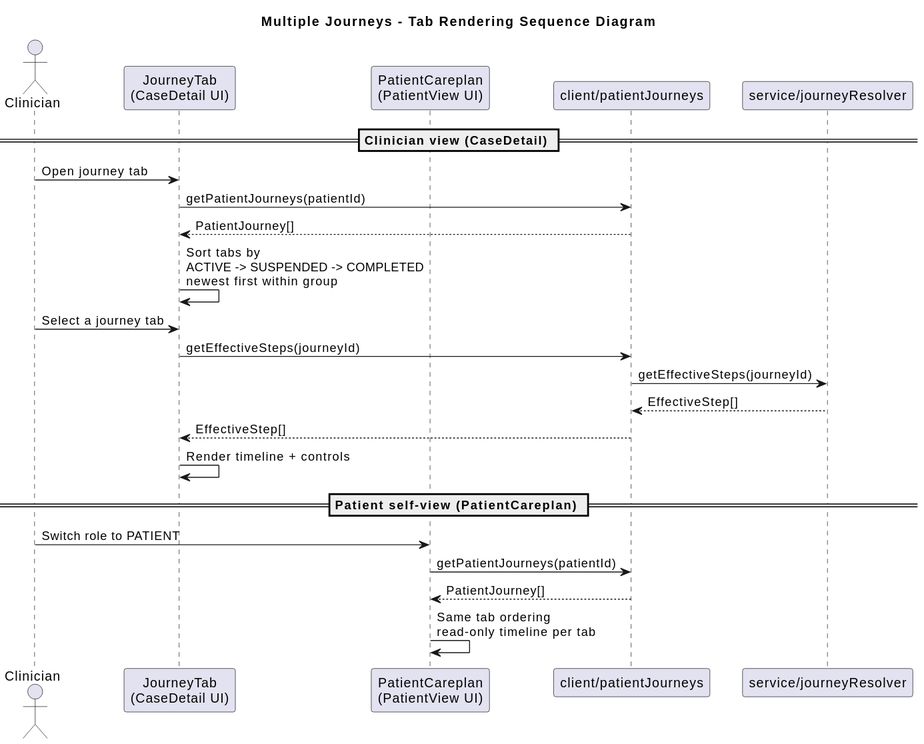
The PlantUML diagram docs/diagrams/journey-tabs-sequence.svg in gforge/DUK, before a commit.
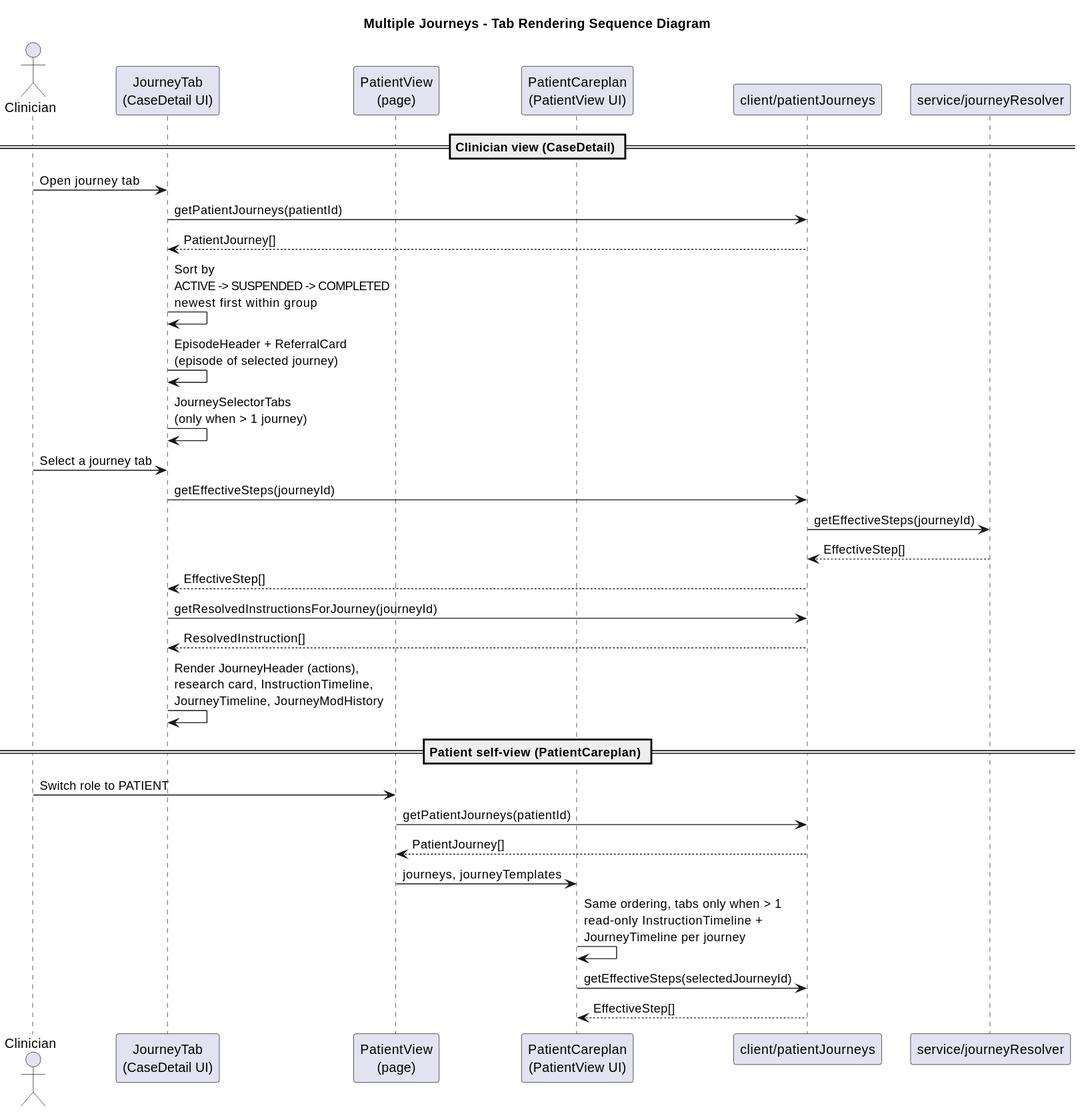
Later version of the same file.

Change to the diagram source:
```diff
@@ -4,6 +4,7 @@
 
 actor Clinician
 participant "JourneyTab\n(CaseDetail UI)" as JT
+participant "PatientView\n(page)" as PV
 participant "PatientCareplan\n(PatientView UI)" as PC
 participant "client/patientJourneys" as Client
 participant "service/journeyResolver" as Resolver
@@ -12,17 +13,24 @@
 Clinician -> JT : Open journey tab
 JT -> Client : getPatientJourneys(patientId)
 Client --> JT : PatientJourney[]
-JT -> JT : Sort tabs by\nACTIVE -> SUSPENDED -> COMPLETED\nnewest first within group
+JT -> JT : Sort by\nACTIVE -> SUSPENDED -> COMPLETED\nnewest first within group
+JT -> JT : EpisodeHeader + ReferralCard\n(episode of selected journey)
+JT -> JT : JourneySelectorTabs\n(only when > 1 journey)
 Clinician -> JT : Select a journey tab
 JT -> Client : getEffectiveSteps(journeyId)
 Client -> Resolver : getEffectiveSteps(journeyId)
 Resolver --> Client : EffectiveStep[]
 Client --> JT : EffectiveStep[]
-JT -> JT : Render timeline + controls
+JT -> Client : getResolvedInstructionsForJourney(journeyId)
+Client --> JT : ResolvedInstruction[]
+JT -> JT : Render JourneyHeader (actions),\nresearch card, InstructionTimeline,\nJourneyTimeline, JourneyModHistory
 
 == Patient self-view (PatientCareplan) ==
-Clinician -> PC : Switch role to PATIENT
-PC -> Client : getPatientJourneys(patientId)
-Client --> PC : PatientJourney[]
-PC -> PC : Same tab ordering\nread-only timeline per tab
+Clinician -> PV : Switch role to PATIENT
+PV -> Client : getPatientJourneys(patientId)
+Client --> PV : PatientJourney[]
+PV -> PC : journeys, journeyTemplates
+PC -> PC : Same ordering, tabs only when > 1\nread-only InstructionTimeline +\nJourneyTimeline per journey
+PC -> Client : getEffectiveSteps(selectedJourneyId)
+Client --> PC : EffectiveStep[]
 @enduml
```
